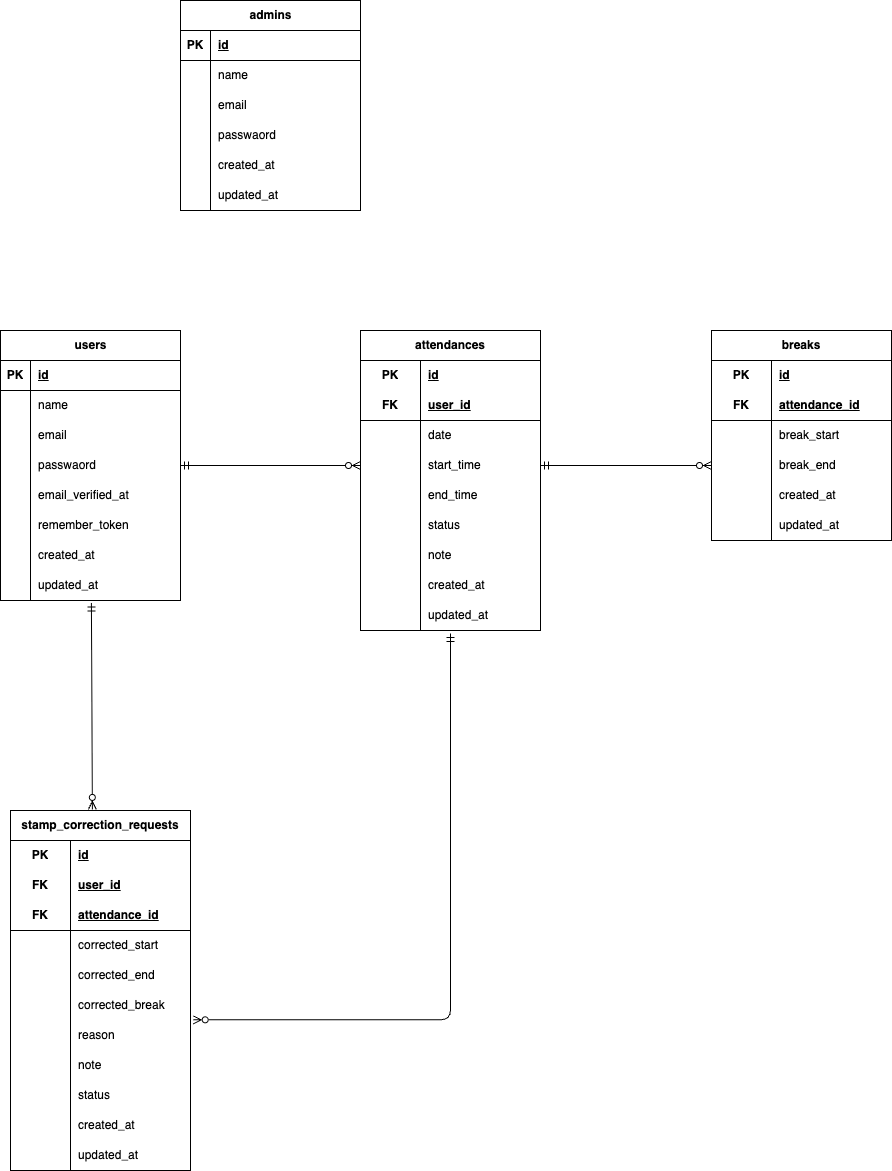
Above: ERD.png in satomayuko/kintai-app (draw.io), before the change. Source tidied: cells renumbered, new cells last; positions are measured from the earlier drawing's top-left corner, leaving out a move shared by most shapes.
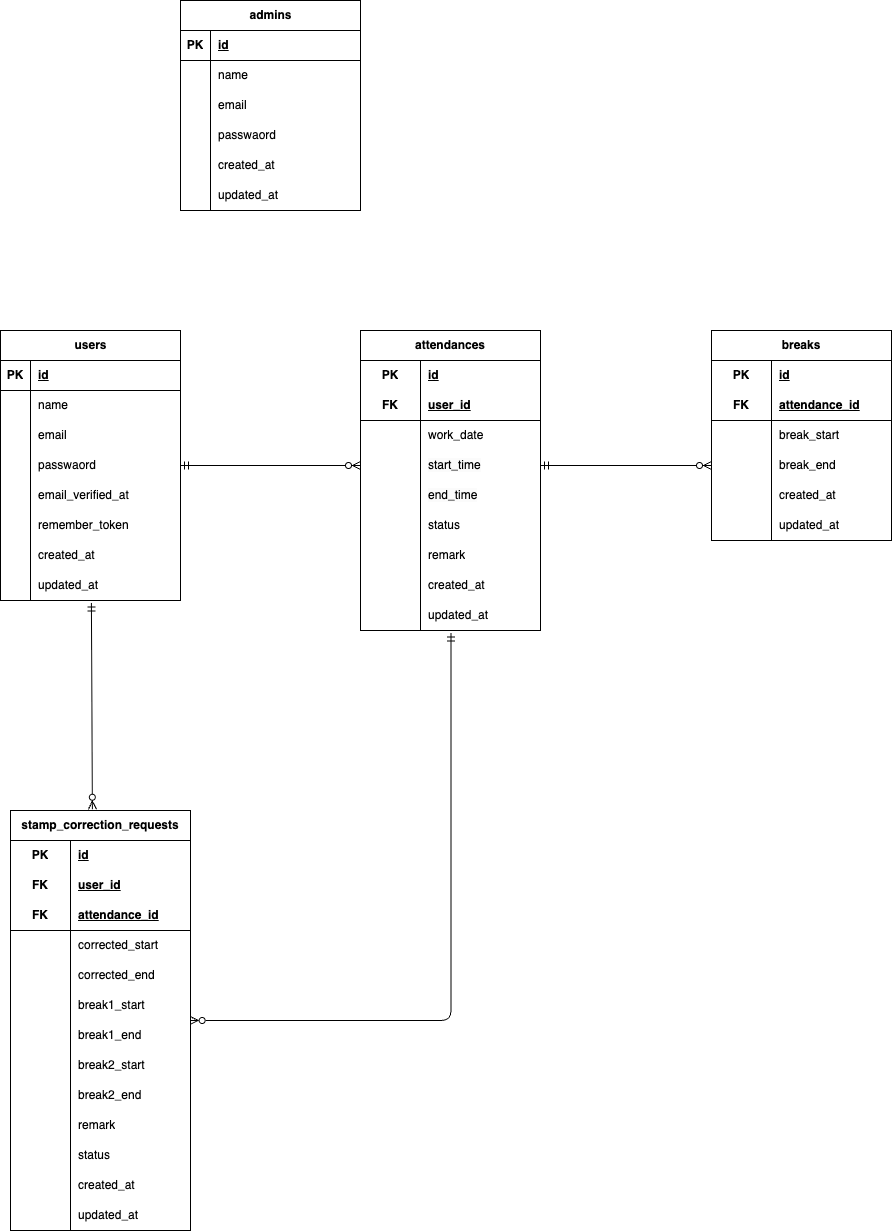
The same file after the commit.

Commit message:
add seeders and update ERD

Diff of the diagram source:
```diff
@@ -98,31 +98,31 @@
     <mxCell id="33" value="user_id" style="shape=partialRectangle;fillColor=none;top=0;left=0;bottom=0;right=0;align=left;spacingLeft=6;fontStyle=5;overflow=hidden;html=1;whiteSpace=wrap;" parent="31" vertex="1">
       <mxGeometry x="60" width="120" height="30" as="geometry" />
     </mxCell>
-    <mxCell id="34" style="shape=tableRow;horizontal=0;startSize=0;swimlaneHead=0;swimlaneBody=0;fillColor=none;top=0;left=0;right=0;bottom=0;html=1;" parent="27" vertex="1">
-      <mxGeometry y="90" width="180" height="30" as="geometry" />
-    </mxCell>
-    <mxCell id="35" style="shape=partialRectangle;fillColor=none;top=0;left=0;bottom=0;right=0;overflow=hidden;html=1;whiteSpace=wrap;" parent="34" vertex="1">
-      <mxGeometry width="60" height="30" as="geometry" />
-    </mxCell>
-    <mxCell id="36" value="date" style="shape=partialRectangle;fillColor=none;top=0;left=0;bottom=0;right=0;align=left;spacingLeft=6;overflow=hidden;html=1;whiteSpace=wrap;" parent="34" vertex="1">
-      <mxGeometry x="60" width="120" height="30" as="geometry" />
-    </mxCell>
     <mxCell id="37" style="shape=tableRow;horizontal=0;startSize=0;swimlaneHead=0;swimlaneBody=0;fillColor=none;points=[[0,0.5],[1,0.5]];portConstraint=eastwest;top=0;left=0;right=0;bottom=0;html=1;" parent="27" vertex="1">
-      <mxGeometry y="120" width="180" height="30" as="geometry" />
+      <mxGeometry y="90" width="180" height="30" as="geometry" />
     </mxCell>
     <mxCell id="38" style="shape=partialRectangle;fillColor=none;top=0;left=0;bottom=0;right=0;overflow=hidden;html=1;whiteSpace=wrap;" parent="37" vertex="1">
       <mxGeometry width="60" height="30" as="geometry" />
     </mxCell>
-    <mxCell id="39" value="start_time" style="shape=partialRectangle;fillColor=none;top=0;left=0;bottom=0;right=0;align=left;spacingLeft=6;overflow=hidden;html=1;whiteSpace=wrap;" parent="37" vertex="1">
+    <mxCell id="39" value="work_date" style="shape=partialRectangle;fillColor=none;top=0;left=0;bottom=0;right=0;align=left;spacingLeft=6;overflow=hidden;html=1;whiteSpace=wrap;" parent="37" vertex="1">
       <mxGeometry x="60" width="120" height="30" as="geometry" />
     </mxCell>
+    <mxCell id="131" style="shape=tableRow;horizontal=0;startSize=0;swimlaneHead=0;swimlaneBody=0;fillColor=none;points=[[0,0.5],[1,0.5]];portConstraint=eastwest;top=0;left=0;right=0;bottom=0;html=1;" parent="27" vertex="1">
+      <mxGeometry y="120" width="180" height="30" as="geometry" />
+    </mxCell>
+    <mxCell id="132" style="shape=partialRectangle;fillColor=none;top=0;left=0;bottom=0;right=0;overflow=hidden;html=1;whiteSpace=wrap;" parent="131" vertex="1">
+      <mxGeometry width="60" height="30" as="geometry" />
+    </mxCell>
+    <mxCell id="133" value="&lt;meta charset=&quot;utf-8&quot;&gt;&lt;span style=&quot;color: rgb(0, 0, 0); font-family: Helvetica; font-size: 12px; font-style: normal; font-variant-ligatures: normal; font-variant-caps: normal; font-weight: 400; letter-spacing: normal; orphans: 2; text-align: left; text-indent: 0px; text-transform: none; widows: 2; word-spacing: 0px; -webkit-text-stroke-width: 0px; white-space: normal; background-color: rgb(251, 251, 251); text-decoration-thickness: initial; text-decoration-style: initial; text-decoration-color: initial; display: inline !important; float: none;&quot;&gt;start_time&lt;/span&gt;" style="shape=partialRectangle;fillColor=none;top=0;left=0;bottom=0;right=0;align=left;spacingLeft=6;overflow=hidden;html=1;whiteSpace=wrap;" parent="131" vertex="1">
+      <mxGeometry x="60" width="120" height="30" as="geometry" />
+    </mxCell>
     <mxCell id="40" style="shape=tableRow;horizontal=0;startSize=0;swimlaneHead=0;swimlaneBody=0;fillColor=none;top=0;left=0;right=0;bottom=0;html=1;" parent="27" vertex="1">
       <mxGeometry y="150" width="180" height="30" as="geometry" />
     </mxCell>
-    <mxCell id="41" style="shape=partialRectangle;fillColor=none;top=0;left=0;bottom=0;right=0;overflow=hidden;html=1;whiteSpace=wrap;" parent="40" vertex="1">
-      <mxGeometry width="60" height="30" as="geometry" />
-    </mxCell>
+    <mxCell id="134" style="shape=partialRectangle;fillColor=none;top=0;left=0;bottom=0;right=0;overflow=hidden;html=1;whiteSpace=wrap;" parent="40" vertex="1">
+      <mxGeometry width="60" height="30" as="geometry" />
+    </mxCell>
-    <mxCell id="42" value="end_time" style="shape=partialRectangle;fillColor=none;top=0;left=0;bottom=0;right=0;align=left;spacingLeft=6;overflow=hidden;html=1;whiteSpace=wrap;" parent="40" vertex="1">
+    <mxCell id="42" value="&lt;meta charset=&quot;utf-8&quot;&gt;&lt;span style=&quot;color: rgb(0, 0, 0); font-family: Helvetica; font-size: 12px; font-style: normal; font-variant-ligatures: normal; font-variant-caps: normal; font-weight: 400; letter-spacing: normal; orphans: 2; text-align: left; text-indent: 0px; text-transform: none; widows: 2; word-spacing: 0px; -webkit-text-stroke-width: 0px; white-space: normal; background-color: rgb(251, 251, 251); text-decoration-thickness: initial; text-decoration-style: initial; text-decoration-color: initial; display: inline !important; float: none;&quot;&gt;end_time&lt;/span&gt;" style="shape=partialRectangle;fillColor=none;top=0;left=0;bottom=0;right=0;align=left;spacingLeft=6;overflow=hidden;html=1;whiteSpace=wrap;" parent="40" vertex="1">
       <mxGeometry x="60" width="120" height="30" as="geometry" />
     </mxCell>
     <mxCell id="43" style="shape=tableRow;horizontal=0;startSize=0;swimlaneHead=0;swimlaneBody=0;fillColor=none;top=0;left=0;right=0;bottom=0;html=1;" parent="27" vertex="1">
@@ -140,7 +140,7 @@
     <mxCell id="47" style="shape=partialRectangle;fillColor=none;top=0;left=0;bottom=0;right=0;overflow=hidden;html=1;whiteSpace=wrap;" parent="46" vertex="1">
       <mxGeometry width="60" height="30" as="geometry" />
     </mxCell>
-    <mxCell id="48" value="note" style="shape=partialRectangle;fillColor=none;top=0;left=0;bottom=0;right=0;align=left;spacingLeft=6;overflow=hidden;html=1;whiteSpace=wrap;" parent="46" vertex="1">
+    <mxCell id="48" value="remark" style="shape=partialRectangle;fillColor=none;top=0;left=0;bottom=0;right=0;align=left;spacingLeft=6;overflow=hidden;html=1;whiteSpace=wrap;" parent="46" vertex="1">
       <mxGeometry x="60" width="120" height="30" as="geometry" />
     </mxCell>
     <mxCell id="49" style="shape=tableRow;horizontal=0;startSize=0;swimlaneHead=0;swimlaneBody=0;fillColor=none;top=0;left=0;right=0;bottom=0;html=1;" parent="27" vertex="1">
@@ -276,7 +276,7 @@
       <mxGeometry x="60" width="120" height="30" as="geometry" />
     </mxCell>
     <mxCell id="93" value="stamp_correction_requests" style="shape=table;startSize=30;rowLines=0;fontStyle=1;align=center;html=1;whiteSpace=wrap;" parent="1" vertex="1">
-      <mxGeometry x="10" y="810" width="180" height="360" as="geometry" />
+      <mxGeometry x="10" y="810" width="180" height="420" as="geometry" />
     </mxCell>
     <mxCell id="94" style="shape=tableRow;horizontal=0;startSize=0;swimlaneHead=0;swimlaneBody=0;fillColor=none;top=0;left=0;right=0;bottom=0;html=1;" parent="93" vertex="1">
       <mxGeometry y="30" width="180" height="30" as="geometry" />
@@ -323,35 +323,53 @@
     <mxCell id="108" value="corrected_end" style="shape=partialRectangle;fillColor=none;top=0;left=0;bottom=0;right=0;align=left;spacingLeft=6;overflow=hidden;html=1;whiteSpace=wrap;" parent="106" vertex="1">
       <mxGeometry x="60" width="120" height="30" as="geometry" />
     </mxCell>
-    <mxCell id="109" style="shape=tableRow;horizontal=0;startSize=0;swimlaneHead=0;swimlaneBody=0;fillColor=none;top=0;left=0;right=0;bottom=0;html=1;" parent="93" vertex="1">
-      <mxGeometry y="180" width="180" height="30" as="geometry" />
-    </mxCell>
-    <mxCell id="110" style="shape=partialRectangle;fillColor=none;top=0;left=0;bottom=0;right=0;overflow=hidden;html=1;whiteSpace=wrap;" parent="109" vertex="1">
-      <mxGeometry width="60" height="30" as="geometry" />
-    </mxCell>
-    <mxCell id="111" value="corrected_break" style="shape=partialRectangle;fillColor=none;top=0;left=0;bottom=0;right=0;align=left;spacingLeft=6;overflow=hidden;html=1;whiteSpace=wrap;" parent="109" vertex="1">
-      <mxGeometry x="60" width="120" height="30" as="geometry" />
-    </mxCell>
     <mxCell id="112" style="shape=tableRow;horizontal=0;startSize=0;swimlaneHead=0;swimlaneBody=0;fillColor=none;points=[[0,0.5],[1,0.5]];portConstraint=eastwest;top=0;left=0;right=0;bottom=0;html=1;" parent="93" vertex="1">
-      <mxGeometry y="210" width="180" height="30" as="geometry" />
+      <mxGeometry y="180" width="180" height="30" as="geometry" />
     </mxCell>
     <mxCell id="113" style="shape=partialRectangle;fillColor=none;top=0;left=0;bottom=0;right=0;overflow=hidden;html=1;whiteSpace=wrap;" parent="112" vertex="1">
       <mxGeometry width="60" height="30" as="geometry" />
     </mxCell>
-    <mxCell id="114" value="reason" style="shape=partialRectangle;fillColor=none;top=0;left=0;bottom=0;right=0;align=left;spacingLeft=6;overflow=hidden;html=1;whiteSpace=wrap;" parent="112" vertex="1">
+    <mxCell id="114" value="break1_start" style="shape=partialRectangle;fillColor=none;top=0;left=0;bottom=0;right=0;align=left;spacingLeft=6;overflow=hidden;html=1;whiteSpace=wrap;" parent="112" vertex="1">
       <mxGeometry x="60" width="120" height="30" as="geometry" />
     </mxCell>
+    <mxCell id="135" style="shape=tableRow;horizontal=0;startSize=0;swimlaneHead=0;swimlaneBody=0;fillColor=none;points=[[0,0.5],[1,0.5]];portConstraint=eastwest;top=0;left=0;right=0;bottom=0;html=1;" parent="93" vertex="1">
+      <mxGeometry y="210" width="180" height="30" as="geometry" />
+    </mxCell>
+    <mxCell id="136" style="shape=partialRectangle;fillColor=none;top=0;left=0;bottom=0;right=0;overflow=hidden;html=1;whiteSpace=wrap;" parent="135" vertex="1">
+      <mxGeometry width="60" height="30" as="geometry" />
+    </mxCell>
+    <mxCell id="137" value="break1_end" style="shape=partialRectangle;fillColor=none;top=0;left=0;bottom=0;right=0;align=left;spacingLeft=6;overflow=hidden;html=1;whiteSpace=wrap;" parent="135" vertex="1">
+      <mxGeometry x="60" width="120" height="30" as="geometry" />
+    </mxCell>
     <mxCell id="115" style="shape=tableRow;horizontal=0;startSize=0;swimlaneHead=0;swimlaneBody=0;fillColor=none;top=0;left=0;right=0;bottom=0;html=1;" parent="93" vertex="1">
       <mxGeometry y="240" width="180" height="30" as="geometry" />
     </mxCell>
     <mxCell id="116" style="shape=partialRectangle;fillColor=none;top=0;left=0;bottom=0;right=0;overflow=hidden;html=1;whiteSpace=wrap;" parent="115" vertex="1">
       <mxGeometry width="60" height="30" as="geometry" />
     </mxCell>
-    <mxCell id="117" value="note" style="shape=partialRectangle;fillColor=none;top=0;left=0;bottom=0;right=0;align=left;spacingLeft=6;overflow=hidden;html=1;whiteSpace=wrap;" parent="115" vertex="1">
+    <mxCell id="117" value="break2_start" style="shape=partialRectangle;fillColor=none;top=0;left=0;bottom=0;right=0;align=left;spacingLeft=6;overflow=hidden;html=1;whiteSpace=wrap;" parent="115" vertex="1">
       <mxGeometry x="60" width="120" height="30" as="geometry" />
     </mxCell>
+    <mxCell id="138" style="shape=tableRow;horizontal=0;startSize=0;swimlaneHead=0;swimlaneBody=0;fillColor=none;top=0;left=0;right=0;bottom=0;html=1;" parent="93" vertex="1">
+      <mxGeometry y="270" width="180" height="30" as="geometry" />
+    </mxCell>
+    <mxCell id="139" style="shape=partialRectangle;fillColor=none;top=0;left=0;bottom=0;right=0;overflow=hidden;html=1;whiteSpace=wrap;" parent="138" vertex="1">
+      <mxGeometry width="60" height="30" as="geometry" />
+    </mxCell>
+    <mxCell id="140" value="break2_end" style="shape=partialRectangle;fillColor=none;top=0;left=0;bottom=0;right=0;align=left;spacingLeft=6;overflow=hidden;html=1;whiteSpace=wrap;" parent="138" vertex="1">
+      <mxGeometry x="60" width="120" height="30" as="geometry" />
+    </mxCell>
+    <mxCell id="141" style="shape=tableRow;horizontal=0;startSize=0;swimlaneHead=0;swimlaneBody=0;fillColor=none;top=0;left=0;right=0;bottom=0;html=1;" parent="93" vertex="1">
+      <mxGeometry y="300" width="180" height="30" as="geometry" />
+    </mxCell>
+    <mxCell id="142" style="shape=partialRectangle;fillColor=none;top=0;left=0;bottom=0;right=0;overflow=hidden;html=1;whiteSpace=wrap;" parent="141" vertex="1">
+      <mxGeometry width="60" height="30" as="geometry" />
+    </mxCell>
+    <mxCell id="143" value="remark" style="shape=partialRectangle;fillColor=none;top=0;left=0;bottom=0;right=0;align=left;spacingLeft=6;overflow=hidden;html=1;whiteSpace=wrap;" parent="141" vertex="1">
+      <mxGeometry x="60" width="120" height="30" as="geometry" />
+    </mxCell>
     <mxCell id="118" style="shape=tableRow;horizontal=0;startSize=0;swimlaneHead=0;swimlaneBody=0;fillColor=none;top=0;left=0;right=0;bottom=0;html=1;" parent="93" vertex="1">
-      <mxGeometry y="270" width="180" height="30" as="geometry" />
+      <mxGeometry y="330" width="180" height="30" as="geometry" />
     </mxCell>
     <mxCell id="119" style="shape=partialRectangle;fillColor=none;top=0;left=0;bottom=0;right=0;overflow=hidden;html=1;whiteSpace=wrap;" parent="118" vertex="1">
       <mxGeometry width="60" height="30" as="geometry" />
@@ -360,7 +378,7 @@
       <mxGeometry x="60" width="120" height="30" as="geometry" />
     </mxCell>
     <mxCell id="121" style="shape=tableRow;horizontal=0;startSize=0;swimlaneHead=0;swimlaneBody=0;fillColor=none;top=0;left=0;right=0;bottom=0;html=1;" parent="93" vertex="1">
-      <mxGeometry y="300" width="180" height="30" as="geometry" />
+      <mxGeometry y="360" width="180" height="30" as="geometry" />
     </mxCell>
     <mxCell id="122" style="shape=partialRectangle;fillColor=none;top=0;left=0;bottom=0;right=0;overflow=hidden;html=1;whiteSpace=wrap;" parent="121" vertex="1">
       <mxGeometry width="60" height="30" as="geometry" />
@@ -369,7 +387,7 @@
       <mxGeometry x="60" width="120" height="30" as="geometry" />
     </mxCell>
     <mxCell id="124" style="shape=tableRow;horizontal=0;startSize=0;swimlaneHead=0;swimlaneBody=0;fillColor=none;top=0;left=0;right=0;bottom=0;html=1;" parent="93" vertex="1">
-      <mxGeometry y="330" width="180" height="30" as="geometry" />
+      <mxGeometry y="390" width="180" height="30" as="geometry" />
     </mxCell>
     <mxCell id="125" style="shape=partialRectangle;fillColor=none;top=0;left=0;bottom=0;right=0;overflow=hidden;html=1;whiteSpace=wrap;" parent="124" vertex="1">
       <mxGeometry width="60" height="30" as="geometry" />
@@ -377,20 +395,20 @@
     <mxCell id="126" value="updated_at" style="shape=partialRectangle;fillColor=none;top=0;left=0;bottom=0;right=0;align=left;spacingLeft=6;overflow=hidden;html=1;whiteSpace=wrap;" parent="124" vertex="1">
       <mxGeometry x="60" width="120" height="30" as="geometry" />
     </mxCell>
-    <mxCell id="127" style="fontSize=12;html=1;endArrow=ERzeroToMany;startArrow=ERmandOne;exitX=1;exitY=0.5;exitDx=0;exitDy=0;entryX=0;entryY=0.5;entryDx=0;entryDy=0;" parent="1" edge="1" source="12" target="37">
+    <mxCell id="127" style="fontSize=12;html=1;endArrow=ERzeroToMany;startArrow=ERmandOne;exitX=1;exitY=0.5;exitDx=0;exitDy=0;entryX=0;entryY=0.5;entryDx=0;entryDy=0;" parent="1" edge="1" source="12" target="131">
       <mxGeometry relative="1" as="geometry" />
     </mxCell>
-    <mxCell id="128" style="fontSize=12;html=1;endArrow=ERzeroToMany;startArrow=ERmandOne;exitX=1;exitY=0.5;exitDx=0;exitDy=0;entryX=0;entryY=0.5;entryDx=0;entryDy=0;" parent="1" edge="1" source="37" target="84">
+    <mxCell id="128" style="fontSize=12;html=1;endArrow=ERzeroToMany;startArrow=ERmandOne;exitX=1;exitY=0.5;exitDx=0;exitDy=0;entryX=0;entryY=0.5;entryDx=0;entryDy=0;" parent="1" edge="1" source="131" target="84">
       <mxGeometry relative="1" as="geometry" />
     </mxCell>
     <mxCell id="129" style="fontSize=12;html=1;endArrow=ERzeroToMany;startArrow=ERmandOne;exitX=0.505;exitY=1.082;exitDx=0;exitDy=0;exitPerimeter=0;entryX=0.455;entryY=-0.003;entryDx=0;entryDy=0;entryPerimeter=0;" parent="1" edge="1" source="24" target="93">
       <mxGeometry relative="1" as="geometry" />
     </mxCell>
-    <mxCell id="130" style="edgeStyle=orthogonalEdgeStyle;fontSize=12;html=1;endArrow=ERzeroToMany;startArrow=ERmandOne;endFill=0;entryX=1.015;entryY=-0.023;entryDx=0;entryDy=0;entryPerimeter=0;" parent="1" edge="1" target="112">
+    <mxCell id="130" style="edgeStyle=orthogonalEdgeStyle;fontSize=12;html=1;endArrow=ERzeroToMany;startArrow=ERmandOne;endFill=0;entryX=0.998;entryY=0.024;entryDx=0;entryDy=0;entryPerimeter=0;exitX=0.503;exitY=1.085;exitDx=0;exitDy=0;exitPerimeter=0;" parent="1" edge="1" source="52" target="135">
       <mxGeometry relative="1" as="geometry">
-        <mxPoint x="450" y="633" as="sourcePoint" />
         <Array as="points">
-          <mxPoint x="450" y="1019" />
+          <mxPoint x="451" y="1020" />
+          <mxPoint x="190" y="1020" />
         </Array>
       </mxGeometry>
     </mxCell>
```
